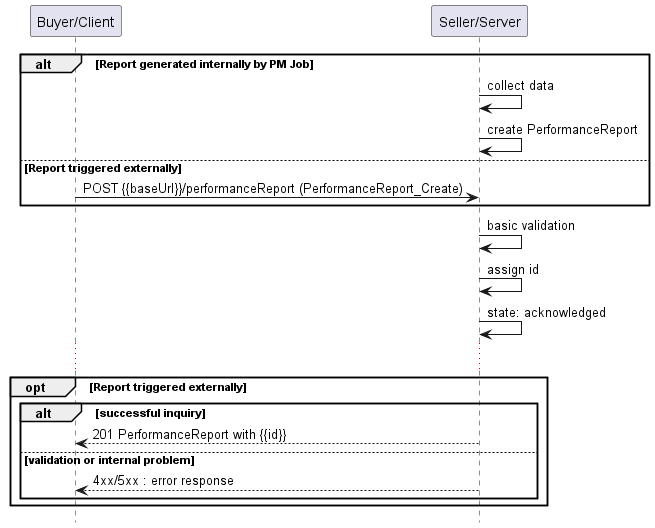
The PlantUML diagram documentation/serviceApi/pm/performance/media/useCase18.png in MEF-GIT/MEF-LSO-Legato-SDK, before a commit.
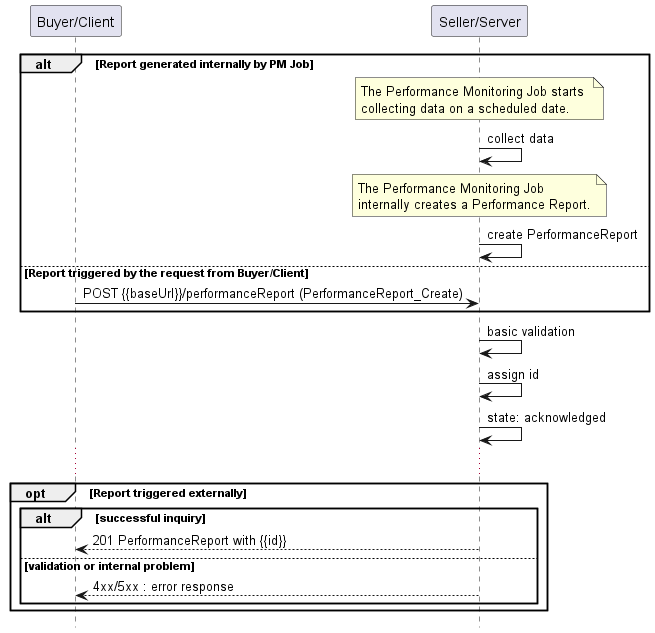
After the change.

The edit, as a diff of the source:
```diff
@@ -7,9 +7,17 @@
 participant "Seller/Server" as S
 
 alt Report generated internally by PM Job
+  note over S
+    The Performance Monitoring Job starts
+    collecting data on a scheduled date.
+  end note
   S -> S : collect data
+  note over S
+    The Performance Monitoring Job
+    internally creates a Performance Report.
+  end note
   S -> S : create PerformanceReport
-else Report triggered externally
+else Report triggered by the request from Buyer/Client
   B -> S : POST {{baseUrl}}/performanceReport (PerformanceReport_Create)
 end
 S -> S : basic validation
```
